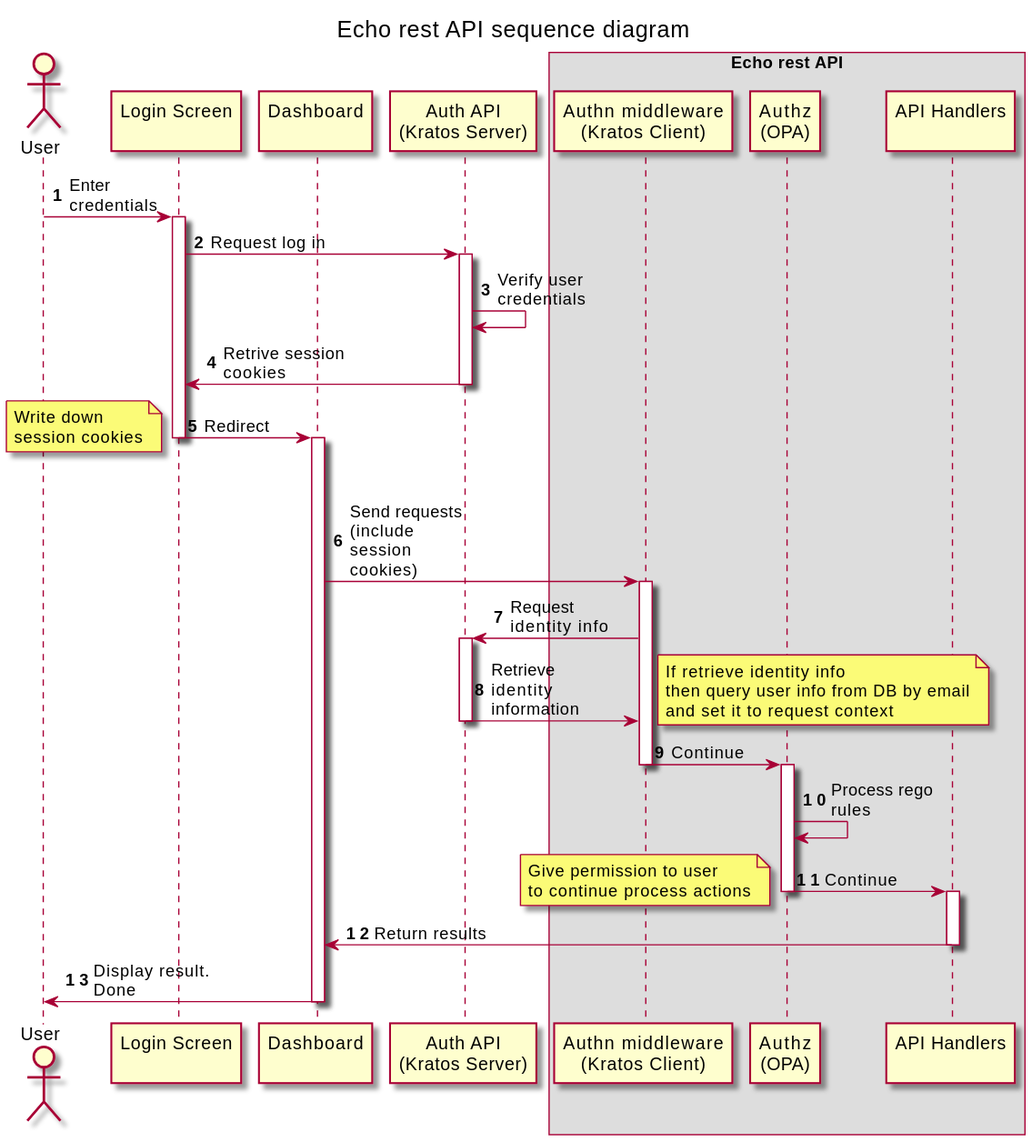
The PlantUML diagram out/docs/diagrams/overview/request_flow.svg in dzungtran/echo-rest-api, before a commit.
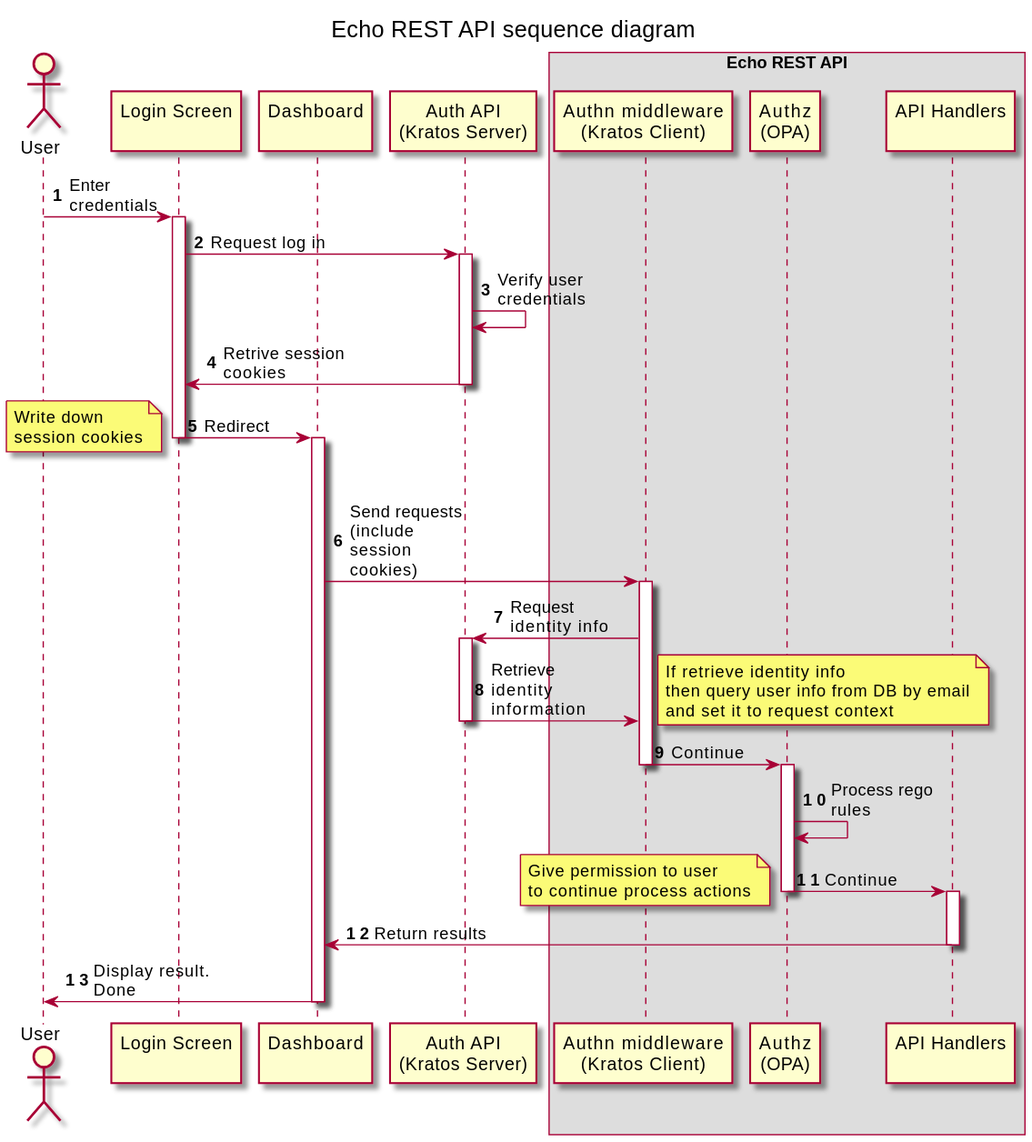
Above is the later version.

Diff of the diagram source:
```diff
@@ -1,5 +1,5 @@
 @startuml request_flow
-title Echo rest API sequence diagram
+title Echo REST API sequence diagram
 
 autonumber
 skinparam maxMessageSize 100
@@ -9,7 +9,7 @@
 participant "Dashboard\n" as dashboard
 participant "Auth API\n(Kratos Server)" as authn_api
 
-box "Echo rest API"
+box "Echo REST API"
 participant "Authn middleware\n(Kratos Client)" as authn_midd
 participant "Authz\n(OPA)" as authz_opa
 participant "API Handlers\n" as api_handlers
```
